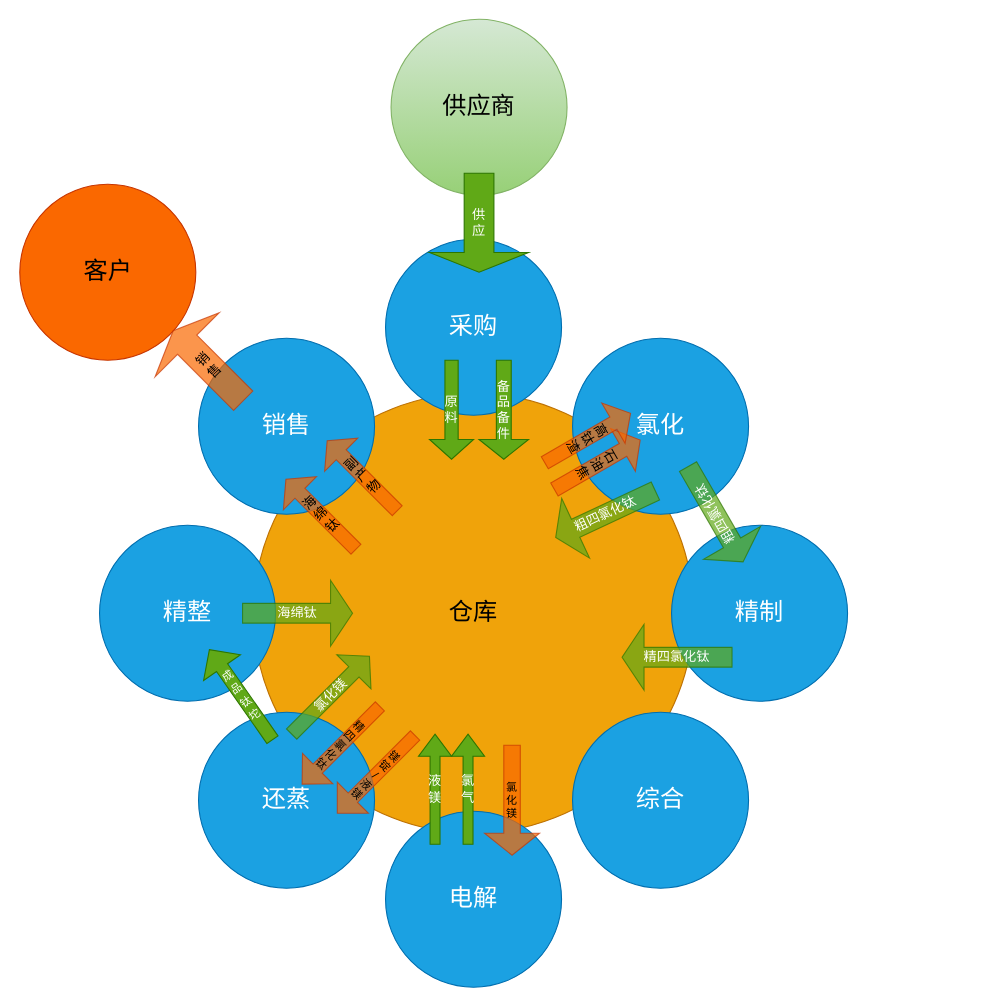
This is 未命名绘图.drawio from importtao/jdk8demo, a draw.io file, before an edit. Source tidied: cells renumbered, new cells numbered last; positions are measured from the earlier drawing's top-left corner, leaving out a move shared by most shapes. Both pictures are drawn from the tidied source at 110%, with x=0, y=0 at pixel (20, 19).
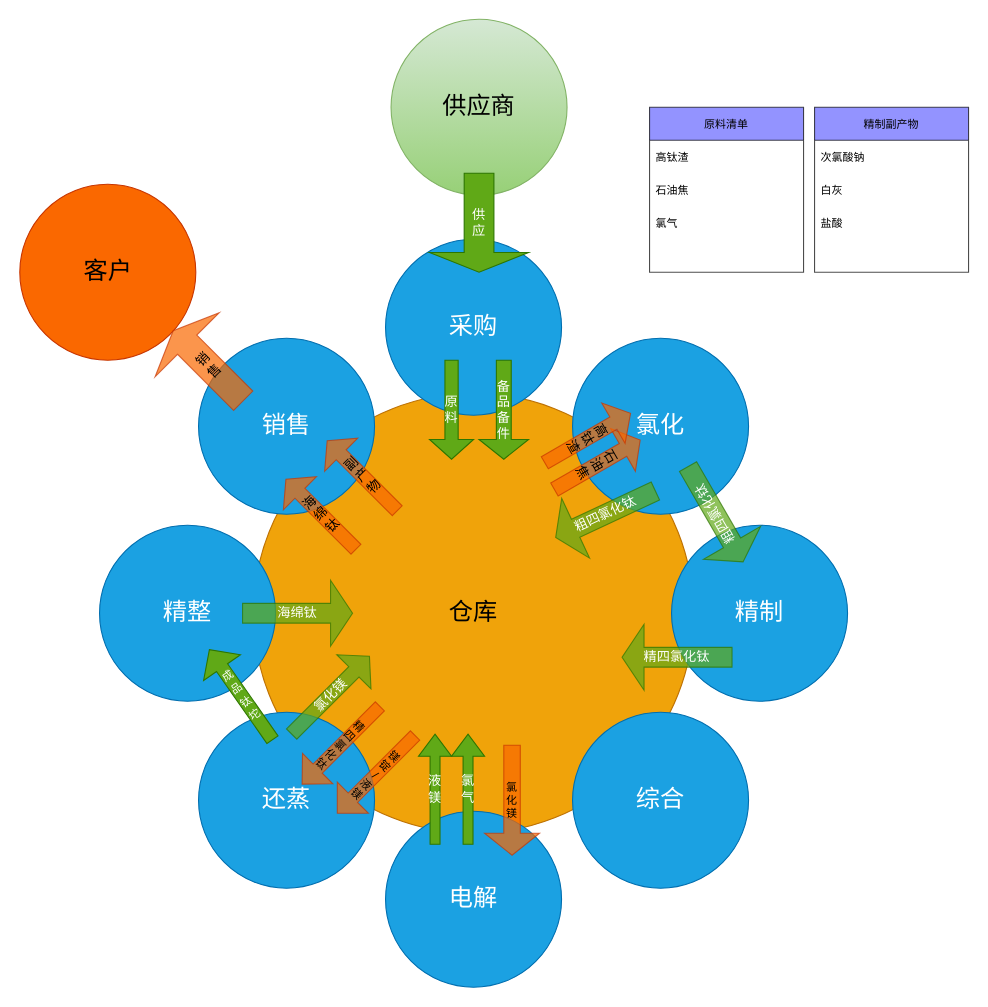
The same diagram, later.

Commit message:
更新未命名绘图.drawio

Diff of the diagram source:
```diff
@@
+    <mxCell id="32" value="原料清单" style="swimlane;fontStyle=0;horizontal=1;startSize=30;fontSize=10;fillColor=#6666FF;opacity=70;" parent="1" vertex="1">
+      <mxGeometry x="572" y="80" width="140" height="150" as="geometry" />
+    </mxCell>
+    <mxCell id="33" value="高钛渣" style="text;strokeColor=none;fillColor=none;align=left;verticalAlign=middle;spacingLeft=4;spacingRight=4;overflow=hidden;fontSize=10;opacity=70;" parent="32" vertex="1">
+      <mxGeometry y="30" width="140" height="30" as="geometry" />
+    </mxCell>
+    <mxCell id="34" value="石油焦" style="text;strokeColor=none;fillColor=none;align=left;verticalAlign=middle;spacingLeft=4;spacingRight=4;overflow=hidden;fontSize=10;opacity=70;" parent="32" vertex="1">
+      <mxGeometry y="60" width="140" height="30" as="geometry" />
+    </mxCell>
+    <mxCell id="35" value="氯气" style="text;strokeColor=none;fillColor=none;align=left;verticalAlign=middle;spacingLeft=4;spacingRight=4;overflow=hidden;fontSize=10;opacity=70;" parent="32" vertex="1">
+      <mxGeometry y="90" width="140" height="30" as="geometry" />
+    </mxCell>
+    <mxCell id="36" style="text;strokeColor=none;fillColor=none;align=left;verticalAlign=middle;spacingLeft=4;spacingRight=4;overflow=hidden;fontSize=10;opacity=70;" parent="32" vertex="1">
+      <mxGeometry y="120" width="140" height="30" as="geometry" />
+    </mxCell>
+    <mxCell id="37" value="精制副产物" style="swimlane;fontStyle=0;horizontal=1;startSize=30;fontSize=10;fillColor=#6666FF;opacity=70;" parent="1" vertex="1">
+      <mxGeometry x="722" y="80" width="140" height="150" as="geometry" />
+    </mxCell>
+    <mxCell id="38" value="次氯酸钠" style="text;strokeColor=none;fillColor=none;align=left;verticalAlign=middle;spacingLeft=4;spacingRight=4;overflow=hidden;fontSize=10;opacity=70;" parent="37" vertex="1">
+      <mxGeometry y="30" width="140" height="30" as="geometry" />
+    </mxCell>
+    <mxCell id="39" value="白灰" style="text;strokeColor=none;fillColor=none;align=left;verticalAlign=middle;spacingLeft=4;spacingRight=4;overflow=hidden;fontSize=10;opacity=70;" parent="37" vertex="1">
+      <mxGeometry y="60" width="140" height="30" as="geometry" />
+    </mxCell>
+    <mxCell id="40" value="盐酸" style="text;strokeColor=none;fillColor=none;align=left;verticalAlign=middle;spacingLeft=4;spacingRight=4;overflow=hidden;fontSize=10;opacity=70;" parent="37" vertex="1">
+      <mxGeometry y="90" width="140" height="30" as="geometry" />
+    </mxCell>
+    <mxCell id="41" style="text;strokeColor=none;fillColor=none;align=left;verticalAlign=middle;spacingLeft=4;spacingRight=4;overflow=hidden;fontSize=10;opacity=70;" parent="37" vertex="1">
+      <mxGeometry y="120" width="140" height="30" as="geometry" />
+    </mxCell>
```
